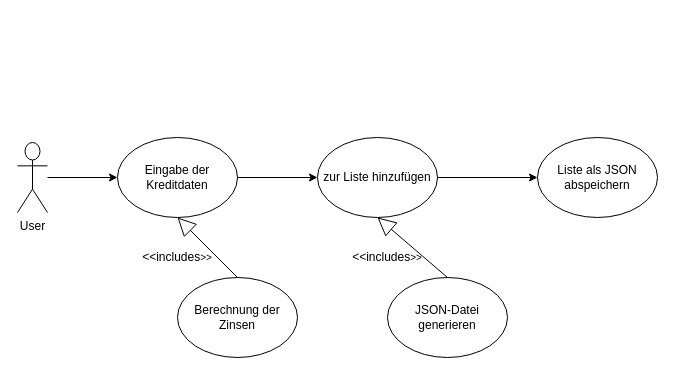
Before: modelling/UseCaseDiagram.drawio in maxlautenbach/se-portfolio-gruppe4, a draw.io diagram. Source tidied: cells renumbered, new cells numbered last; positions are measured from the earlier drawing's top-left corner, leaving out a move shared by most shapes. Both pictures are drawn from the tidied source at 100%, with x=0, y=0 at pixel (17, 137).
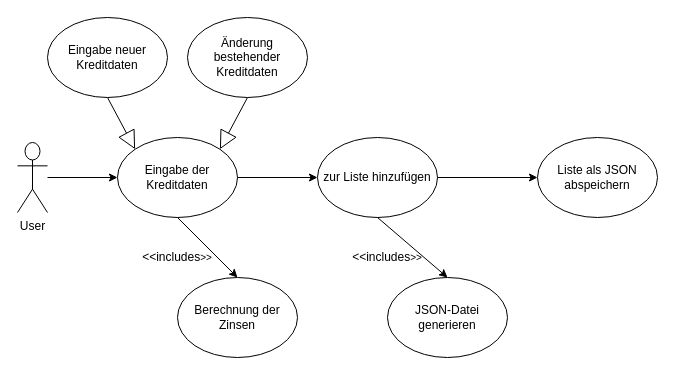
The same page after the edit.

The change refers to these unchanged cells:
```xml
<mxCell id="3" value="Eingabe der Kreditdaten" style="ellipse;whiteSpace=wrap;html=1;" parent="1" vertex="1">
  <mxGeometry x="100" width="120" height="80" as="geometry" />
</mxCell>
<mxCell id="5" value="Berechnung der Zinsen" style="ellipse;whiteSpace=wrap;html=1;" parent="1" vertex="1">
  <mxGeometry x="160" y="140" width="120" height="80" as="geometry" />
</mxCell>
<mxCell id="6" value="zur Liste hinzufügen" style="ellipse;whiteSpace=wrap;html=1;" parent="1" vertex="1">
  <mxGeometry x="300" width="120" height="80" as="geometry" />
</mxCell>
<mxCell id="9" value="JSON-Datei generieren" style="ellipse;whiteSpace=wrap;html=1;" parent="1" vertex="1">
  <mxGeometry x="370" y="140" width="120" height="80" as="geometry" />
</mxCell>
```

Change to the diagram source:
```diff
@@
-    <mxCell id="10" style="endArrow=block;endSize=16;endFill=0;html=1;exitX=0.5;exitY=0;exitDx=0;exitDy=0;entryX=0.5;entryY=1;entryDx=0;entryDy=0;" parent="1" edge="1" source="9" target="6">
+    <mxCell id="10" style="endArrow=block;endSize=16;endFill=0;html=1;entryX=1;entryY=0;entryDx=0;entryDy=0;exitX=0.5;exitY=1;exitDx=0;exitDy=0;" parent="1" edge="1" source="16" target="3">
       <mxGeometry x="1" y="-191" relative="1" as="geometry">
         <mxPoint x="-1" y="-20" as="offset" />
       </mxGeometry>
     </mxCell>
@@
-    <mxCell id="12" style="endArrow=block;endSize=16;endFill=0;html=1;exitX=0.5;exitY=0;exitDx=0;exitDy=0;entryX=0.5;entryY=1;entryDx=0;entryDy=0;" parent="1" edge="1" source="5">
+    <mxCell id="12" style="endArrow=block;endSize=16;endFill=0;html=1;exitX=0.5;exitY=1;exitDx=0;exitDy=0;entryX=0;entryY=0;entryDx=0;entryDy=0;" parent="1" edge="1" source="15" target="3">
       <mxGeometry x="1" y="-191" relative="1" as="geometry">
-        <mxPoint x="160" y="80" as="targetPoint" />
         <mxPoint x="-1" y="-20" as="offset" />
       </mxGeometry>
     </mxCell>
@@
+    <mxCell id="15" value="Eingabe neuer Kreditdaten" style="ellipse;whiteSpace=wrap;html=1;" parent="1" vertex="1">
+      <mxGeometry x="30" y="-120" width="120" height="80" as="geometry" />
+    </mxCell>
+    <mxCell id="16" value="Änderung bestehender Kreditdaten" style="ellipse;whiteSpace=wrap;html=1;" parent="1" vertex="1">
+      <mxGeometry x="170" y="-120" width="120" height="80" as="geometry" />
+    </mxCell>
+    <mxCell id="17" style="endArrow=classic;html=1;exitX=0.5;exitY=1;exitDx=0;exitDy=0;entryX=0.5;entryY=0;entryDx=0;entryDy=0;" parent="1" edge="1" source="3" target="5">
+      <mxGeometry relative="1" as="geometry" />
+    </mxCell>
+    <mxCell id="18" style="endArrow=classic;html=1;entryX=0.5;entryY=0;entryDx=0;entryDy=0;exitX=0.5;exitY=1;exitDx=0;exitDy=0;" parent="1" edge="1" source="6" target="9">
+      <mxGeometry relative="1" as="geometry" />
+    </mxCell>
```
